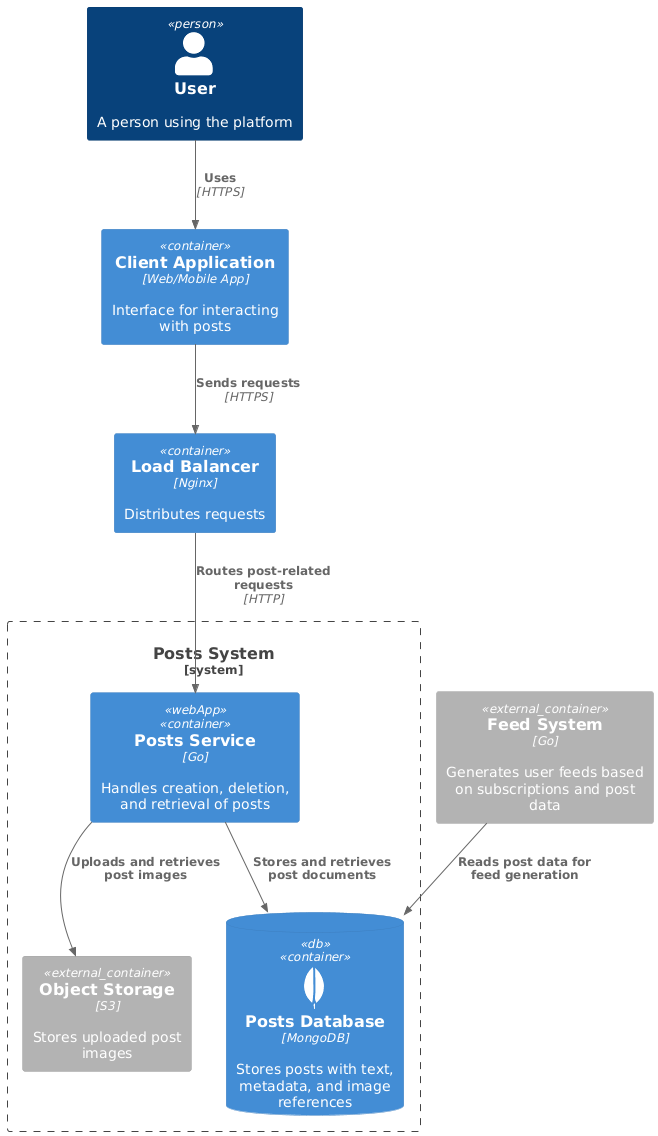
This is images/posts_container.png from Anya97/social_network_system_design, a PlantUML export, as it was before one commit.
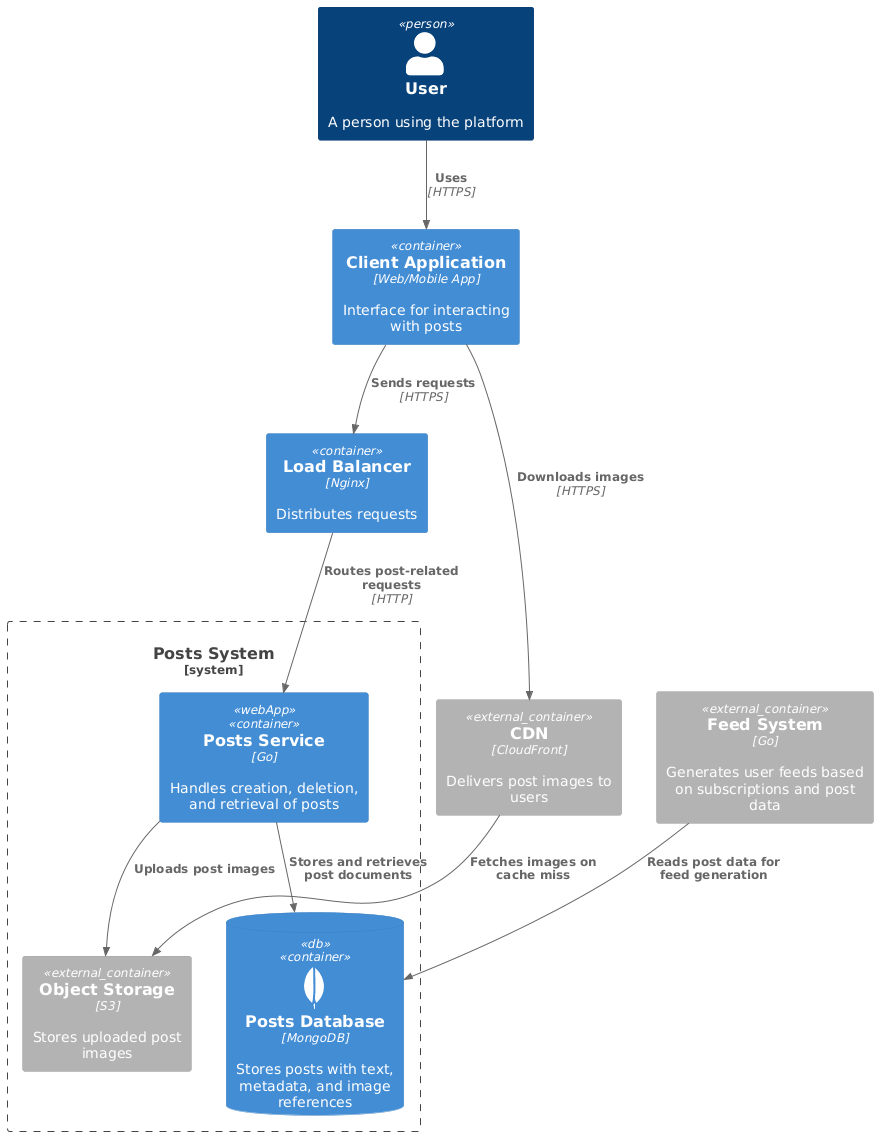
After the change.

The edit, as a diff of the source:
```diff
@@ -12,13 +12,18 @@
     Container_Ext(s3, "Object Storage", "S3", "Stores uploaded post images")
 }
 
+Container_Ext(cdn, "CDN", "CloudFront", "Delivers post images to users")
+
 Container_Ext(feedSystem, "Feed System", "Go", "Generates user feeds based on subscriptions and post data")
 
 Rel(user, clientApp, "Uses", "HTTPS")
 Rel(clientApp, loadBalancer, "Sends requests", "HTTPS")
 Rel(loadBalancer, postsService, "Routes post-related requests", "HTTP")
 Rel(postsService, postsDb, "Stores and retrieves post documents")
-Rel(postsService, s3, "Uploads and retrieves post images")
+Rel(postsService, s3, "Uploads post images")
+
+Rel(clientApp, cdn, "Downloads images", "HTTPS")
+Rel(cdn, s3, "Fetches images on cache miss")
 
 Rel(feedSystem, postsDb, "Reads post data for feed generation")
 @enduml
```
